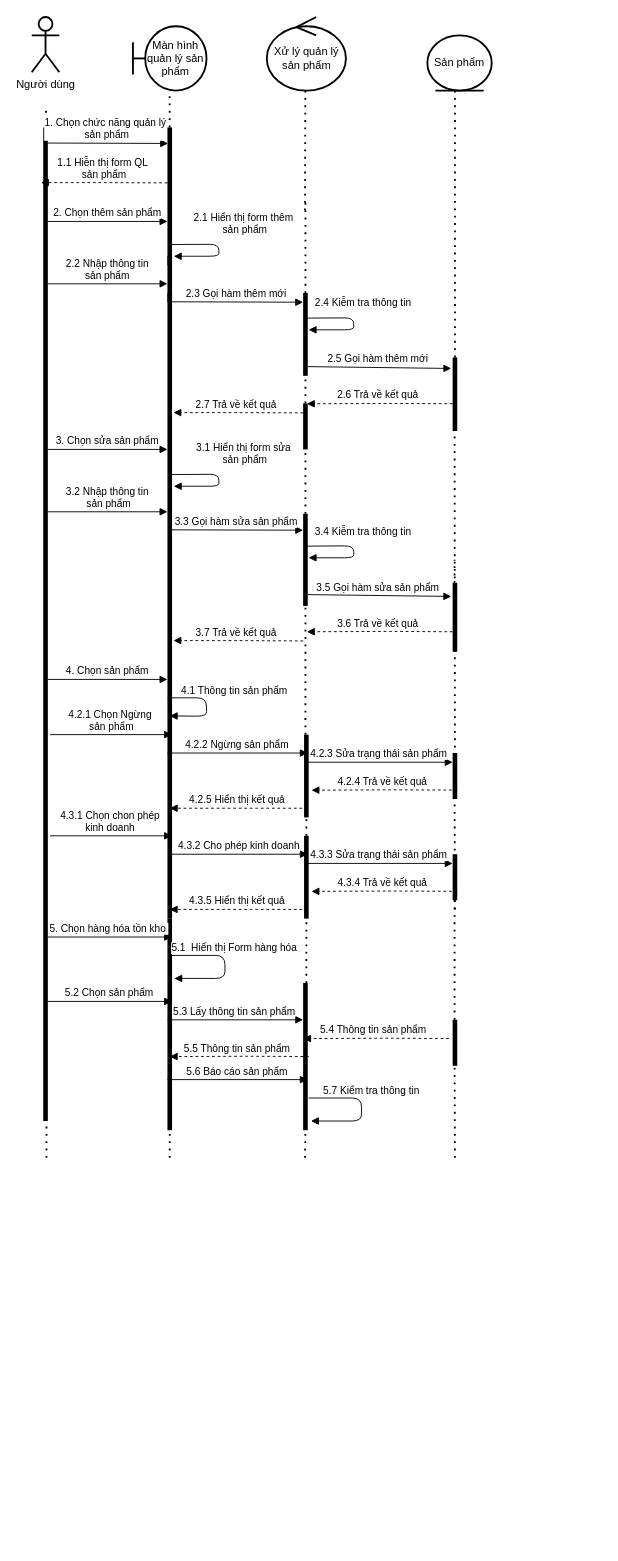
Earlier version of the draw.io diagram Diagram/Sequence/QL_HangHoa.drawio (TccKaiCi/PTTK_CuaHangGiay). Source tidied: cells renumbered, new cells numbered last; positions are measured from the earlier drawing's top-left corner, leaving out a move shared by most shapes. Both pictures are drawn from the tidied source at 92%, with x=0, y=0 at pixel (31, 17).
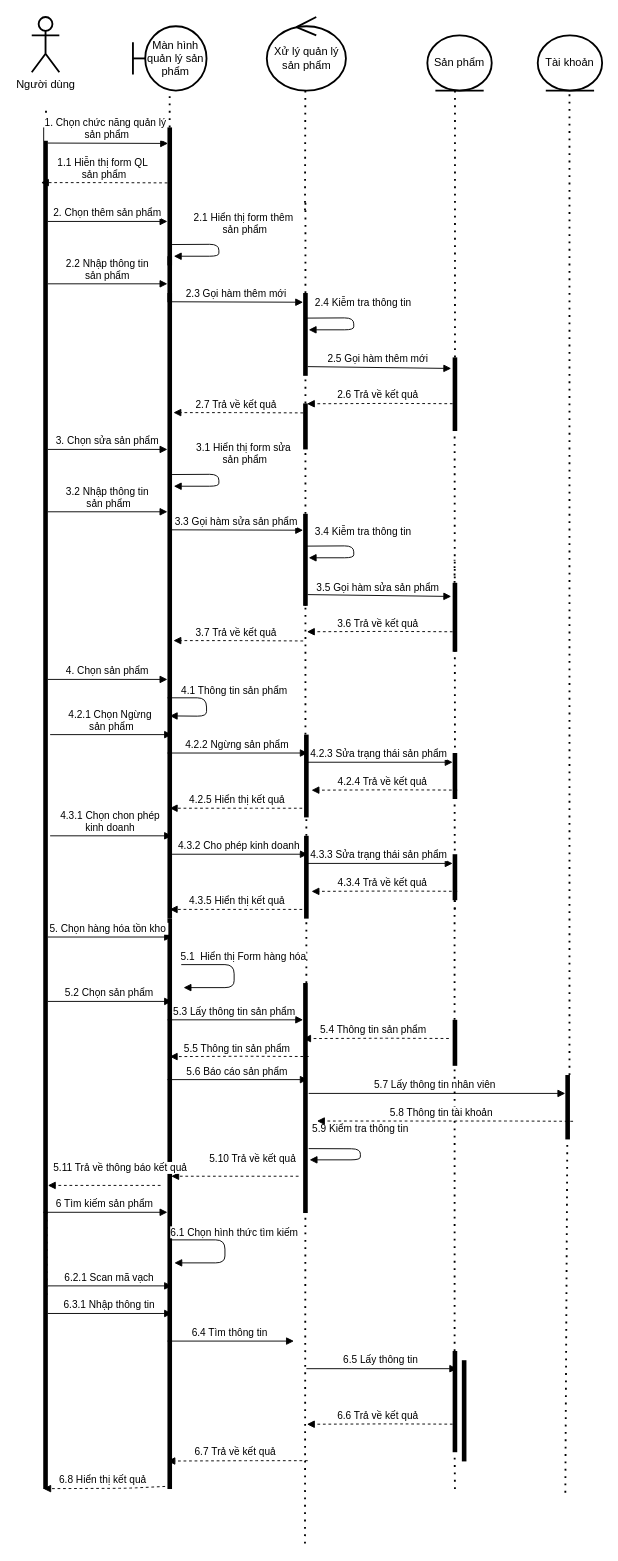
The same diagram, later.

The change refers to these unchanged cells:
```xml
<mxCell id="80" style="html=1;points=[];perimeter=orthogonalPerimeter;fillColor=#000000;strokeColor=none;" parent="1" vertex="1">
  <mxGeometry x="457.5" y="1090" width="5" height="50" as="geometry" />
</mxCell>
```

What changed in the source:
```diff
@@
     <mxCell id="6" style="html=1;points=[];perimeter=orthogonalPerimeter;fillColor=#000000;strokeColor=none;" parent="1" vertex="1">
-      <mxGeometry x="12.5" y="120" width="5" height="1080" as="geometry" />
+      <mxGeometry x="12.5" y="120" width="5" height="1480" as="geometry" />
     </mxCell>
-    <mxCell id="7" style="endArrow=none;dashed=1;html=1;dashPattern=1 3;strokeWidth=2;" parent="1" edge="1" target="6">
+    <mxCell id="7" style="endArrow=none;dashed=1;html=1;dashPattern=1 3;strokeWidth=2;" parent="1" edge="1">
       <mxGeometry relative="1" as="geometry">
-        <mxPoint x="16" y="1240" as="sourcePoint" />
+        <mxPoint x="16" y="1299.2" as="sourcePoint" />
+        <mxPoint x="16" y="1389.2" as="targetPoint" />
       </mxGeometry>
     </mxCell>
@@
     <mxCell id="66" style="html=1;points=[];perimeter=orthogonalPerimeter;fillColor=#000000;strokeColor=none;" parent="1" vertex="1">
-      <mxGeometry x="147.5" y="980" width="5" height="230" as="geometry" />
+      <mxGeometry x="147.5" y="980" width="5" height="620" as="geometry" />
     </mxCell>
-    <mxCell id="67" style="endArrow=none;dashed=1;html=1;dashPattern=1 3;strokeWidth=2;entryX=0.499;entryY=1.005;entryDx=0;entryDy=0;entryPerimeter=0;" parent="1" edge="1" target="66">
+    <mxCell id="67" style="endArrow=none;dashed=1;html=1;dashPattern=1 3;strokeWidth=2;" parent="1" edge="1">
       <mxGeometry relative="1" as="geometry">
-        <mxPoint x="150" y="1240" as="sourcePoint" />
+        <mxPoint x="150" y="1299.2" as="sourcePoint" />
+        <mxPoint x="150" y="1409.2" as="targetPoint" />
       </mxGeometry>
     </mxCell>
@@
-    <mxCell id="71" value="5.1&amp;nbsp; Hiển thị Form hàng hóa" style="html=1;verticalAlign=bottom;endArrow=block;" parent="1" edge="1">
+    <mxCell id="71" value="6.1 Chọn hình thức tìm kiếm" style="html=1;verticalAlign=bottom;endArrow=block;" parent="1" edge="1">
       <mxGeometry x="-0.16" y="10" relative="1" as="geometry">
-        <mxPoint x="152.5" y="1020" as="sourcePoint" />
-        <mxPoint x="155" y="1045" as="targetPoint" />
+        <mxPoint x="152.5" y="1329.2" as="sourcePoint" />
+        <mxPoint x="155" y="1354.2" as="targetPoint" />
         <Array as="points">
-          <mxPoint x="210" y="1020" />
-          <mxPoint x="210" y="1045" />
+          <mxPoint x="210" y="1329.2" />
+          <mxPoint x="210" y="1354.2" />
         </Array>
       </mxGeometry>
     </mxCell>
@@
     <mxCell id="73" style="html=1;points=[];perimeter=orthogonalPerimeter;fillColor=#000000;strokeColor=none;" parent="1" vertex="1">
-      <mxGeometry x="295" y="1050" width="5" height="160" as="geometry" />
+      <mxGeometry x="295" y="1050" width="5" height="250" as="geometry" />
     </mxCell>
-    <mxCell id="74" style="endArrow=none;dashed=1;html=1;dashPattern=1 3;strokeWidth=2;entryX=0.499;entryY=1.005;entryDx=0;entryDy=0;entryPerimeter=0;" parent="1" edge="1" target="73">
+    <mxCell id="74" style="endArrow=none;dashed=1;html=1;dashPattern=1 3;strokeWidth=2;entryX=0.499;entryY=1.005;entryDx=0;entryDy=0;entryPerimeter=0;" parent="1" edge="1">
       <mxGeometry relative="1" as="geometry">
-        <mxPoint x="297" y="1240" as="sourcePoint" />
+        <mxPoint x="297" y="1659.2" as="sourcePoint" />
+        <mxPoint x="297.5" y="1270" as="targetPoint" />
       </mxGeometry>
     </mxCell>
@@
-    <mxCell id="76" value="5.7 Kiểm tra thông tin" style="html=1;verticalAlign=bottom;endArrow=block;" parent="1" edge="1">
-      <mxGeometry x="-0.16" y="10" relative="1" as="geometry">
-        <mxPoint x="301" y="1175" as="sourcePoint" />
-        <mxPoint x="303.5" y="1200" as="targetPoint" />
+    <mxCell id="76" value="5.9 Kiểm tra thông tin" style="html=1;verticalAlign=bottom;endArrow=block;exitX=1.5;exitY=0.861;exitDx=0;exitDy=0;exitPerimeter=0;" parent="1" edge="1">
+      <mxGeometry x="-0.09" y="12" relative="1" as="geometry">
+        <mxPoint x="301" y="1230" as="sourcePoint" />
+        <mxPoint x="302" y="1242.2" as="targetPoint" />
         <Array as="points">
-          <mxPoint x="358.5" y="1175" />
-          <mxPoint x="358.5" y="1200" />
+          <mxPoint x="357.5" y="1230.2" />
+          <mxPoint x="357" y="1242.2" />
         </Array>
+        <mxPoint y="-1" as="offset" />
       </mxGeometry>
     </mxCell>
@@
-    <mxCell id="81" style="endArrow=none;dashed=1;html=1;dashPattern=1 3;strokeWidth=2;entryX=0.429;entryY=1;entryDx=0;entryDy=0;entryPerimeter=0;" parent="1" edge="1" target="80">
-      <mxGeometry relative="1" as="geometry">
-        <mxPoint x="460" y="1240" as="sourcePoint" />
-      </mxGeometry>
+    <mxCell id="81" style="endArrow=none;dashed=1;html=1;dashPattern=1 3;strokeWidth=2;entryX=0.429;entryY=1;entryDx=0;entryDy=0;entryPerimeter=0;" parent="1" edge="1" source="99" target="80">
+      <mxGeometry relative="1" as="geometry" />
     </mxCell>
+    <mxCell id="82" value="6 Tìm kiếm sản phẩm" style="html=1;verticalAlign=bottom;endArrow=block;" parent="1" edge="1">
+      <mxGeometry x="-0.02" relative="1" as="geometry">
+        <mxPoint x="12.5" y="1299.2" as="sourcePoint" />
+        <mxPoint x="147.5" y="1299.2" as="targetPoint" />
+      </mxGeometry>
+    </mxCell>
+    <mxCell id="83" value="5.1&amp;nbsp; Hiển thị Form hàng hóa" style="html=1;verticalAlign=bottom;endArrow=block;" parent="1" edge="1">
+      <mxGeometry x="-0.16" y="10" relative="1" as="geometry">
+        <mxPoint x="162.5" y="1030" as="sourcePoint" />
+        <mxPoint x="165" y="1055" as="targetPoint" />
+        <Array as="points">
+          <mxPoint x="220" y="1030" />
+          <mxPoint x="220" y="1055" />
+        </Array>
+      </mxGeometry>
+    </mxCell>
+    <mxCell id="84" value="6.2.1 Scan mã vạch" style="html=1;verticalAlign=bottom;endArrow=block;" parent="1" edge="1">
+      <mxGeometry x="-0.02" relative="1" as="geometry">
+        <mxPoint x="17.5" y="1379.2" as="sourcePoint" />
+        <mxPoint x="152.5" y="1379.2" as="targetPoint" />
+      </mxGeometry>
+    </mxCell>
+    <mxCell id="85" value="6.4 Tìm thông tin" style="html=1;verticalAlign=bottom;endArrow=block;" parent="1" edge="1">
+      <mxGeometry x="-0.02" relative="1" as="geometry">
+        <mxPoint x="147.5" y="1439.2" as="sourcePoint" />
+        <mxPoint x="285" y="1439.2" as="targetPoint" />
+      </mxGeometry>
+    </mxCell>
+    <mxCell id="86" value="6.5 Lấy thông tin" style="html=1;verticalAlign=bottom;endArrow=block;" parent="1" edge="1">
+      <mxGeometry x="-0.02" relative="1" as="geometry">
+        <mxPoint x="298.5" y="1469.2" as="sourcePoint" />
+        <mxPoint x="462.5" y="1469.2" as="targetPoint" />
+      </mxGeometry>
+    </mxCell>
+    <mxCell id="87" value="6.3.1 Nhập thông tin" style="html=1;verticalAlign=bottom;endArrow=block;" parent="1" edge="1">
+      <mxGeometry x="-0.02" relative="1" as="geometry">
+        <mxPoint x="17.5" y="1409.2" as="sourcePoint" />
+        <mxPoint x="152.5" y="1409.2" as="targetPoint" />
+      </mxGeometry>
+    </mxCell>
+    <mxCell id="88" value="6.6 Trả về kết quả" style="html=1;verticalAlign=bottom;endArrow=block;dashed=1;entryX=0.821;entryY=0.008;entryDx=0;entryDy=0;entryPerimeter=0;" parent="1" edge="1">
+      <mxGeometry x="0.03" relative="1" as="geometry">
+        <mxPoint x="457.5" y="1529.5" as="sourcePoint" />
+        <mxPoint x="299.1" y="1529.6" as="targetPoint" />
+        <Array as="points">
+          <mxPoint x="390" y="1529.2" />
+        </Array>
+      </mxGeometry>
+    </mxCell>
+    <mxCell id="89" value="6.7&amp;nbsp;Trả về kết quả" style="html=1;verticalAlign=bottom;endArrow=block;dashed=1;entryX=0.821;entryY=0.008;entryDx=0;entryDy=0;entryPerimeter=0;" parent="1" edge="1">
+      <mxGeometry x="0.03" relative="1" as="geometry">
+        <mxPoint x="300" y="1569.2" as="sourcePoint" />
+        <mxPoint x="147.5" y="1569.6" as="targetPoint" />
+        <Array as="points">
+          <mxPoint x="238.4" y="1569.2" />
+        </Array>
+      </mxGeometry>
+    </mxCell>
+    <mxCell id="90" value="6.8 Hiển thị kết quả" style="html=1;verticalAlign=bottom;endArrow=block;dashed=1;entryX=0.821;entryY=0.008;entryDx=0;entryDy=0;entryPerimeter=0;exitX=-0.5;exitY=0.9;exitDx=0;exitDy=0;exitPerimeter=0;" parent="1" edge="1">
+      <mxGeometry x="0.03" relative="1" as="geometry">
+        <mxPoint x="145" y="1597.2" as="sourcePoint" />
+        <mxPoint x="12.5" y="1599.6" as="targetPoint" />
+        <Array as="points">
+          <mxPoint x="103.4" y="1599.2" />
+        </Array>
+      </mxGeometry>
+    </mxCell>
+    <mxCell id="91" value="Tài khoản" style="ellipse;shape=umlEntity;whiteSpace=wrap;html=1;strokeWidth=2;fillColor=none;gradientColor=none;" parent="1" vertex="1">
+      <mxGeometry x="550" y="20" width="70" height="60" as="geometry" />
+    </mxCell>
+    <mxCell id="92" style="endArrow=none;dashed=1;html=1;dashPattern=1 3;strokeWidth=2;entryX=0.429;entryY=1;entryDx=0;entryDy=0;entryPerimeter=0;" parent="1" edge="1" source="95">
+      <mxGeometry relative="1" as="geometry">
+        <mxPoint x="584.5" y="80" as="targetPoint" />
+      </mxGeometry>
+    </mxCell>
+    <mxCell id="93" value="5.7 Lấy thông tin nhân viên" style="html=1;verticalAlign=bottom;endArrow=block;" parent="1" edge="1">
+      <mxGeometry x="-0.02" relative="1" as="geometry">
+        <mxPoint x="301" y="1170" as="sourcePoint" />
+        <mxPoint x="580" y="1170" as="targetPoint" />
+      </mxGeometry>
+    </mxCell>
+    <mxCell id="94" value="5.8 Thông tin tài khoản" style="html=1;verticalAlign=bottom;endArrow=block;dashed=1;" parent="1" edge="1">
+      <mxGeometry x="0.03" relative="1" as="geometry">
+        <mxPoint x="588.4" y="1200.3" as="sourcePoint" />
+        <mxPoint x="310" y="1200" as="targetPoint" />
+        <Array as="points">
+          <mxPoint x="520.9" y="1200" />
+        </Array>
+      </mxGeometry>
+    </mxCell>
+    <mxCell id="95" style="html=1;points=[];perimeter=orthogonalPerimeter;fillColor=#000000;strokeColor=none;" parent="1" vertex="1">
+      <mxGeometry x="580" y="1150" width="5" height="70" as="geometry" />
+    </mxCell>
+    <mxCell id="96" style="endArrow=none;dashed=1;html=1;dashPattern=1 3;strokeWidth=2;entryX=0.429;entryY=1;entryDx=0;entryDy=0;entryPerimeter=0;" parent="1" edge="1" target="95">
+      <mxGeometry relative="1" as="geometry">
+        <mxPoint x="580" y="1604" as="sourcePoint" />
+      </mxGeometry>
+    </mxCell>
+    <mxCell id="97" value="5.10 Trả về kết quả" style="html=1;verticalAlign=bottom;endArrow=block;dashed=1;" parent="1" edge="1">
+      <mxGeometry x="-0.28" y="-10" relative="1" as="geometry">
+        <mxPoint x="290" y="1260" as="sourcePoint" />
+        <mxPoint x="151.6" y="1260" as="targetPoint" />
+      </mxGeometry>
+    </mxCell>
+    <mxCell id="98" value="5.11 Trả về thông báo kết quả" style="html=1;verticalAlign=bottom;endArrow=block;dashed=1;" parent="1" edge="1">
+      <mxGeometry x="-0.28" y="-10" relative="1" as="geometry">
+        <mxPoint x="140" y="1270" as="sourcePoint" />
+        <mxPoint x="17.5" y="1270" as="targetPoint" />
+      </mxGeometry>
+    </mxCell>
+    <mxCell id="99" style="html=1;points=[];perimeter=orthogonalPerimeter;fillColor=#000000;strokeColor=none;" parent="1" vertex="1">
+      <mxGeometry x="457.5" y="1450" width="5" height="110" as="geometry" />
+    </mxCell>
+    <mxCell id="100" style="endArrow=none;dashed=1;html=1;dashPattern=1 3;strokeWidth=2;entryX=0.429;entryY=1;entryDx=0;entryDy=0;entryPerimeter=0;" parent="1" edge="1" target="99">
+      <mxGeometry relative="1" as="geometry">
+        <mxPoint x="460" y="1600" as="sourcePoint" />
+      </mxGeometry>
+    </mxCell>
+    <mxCell id="101" style="html=1;perimeter=orthogonalPerimeter;fillColor=#000000;strokeColor=none;" parent="1" vertex="1">
+      <mxGeometry x="467.5" y="1460" width="5" height="110" as="geometry" />
+    </mxCell>
```
